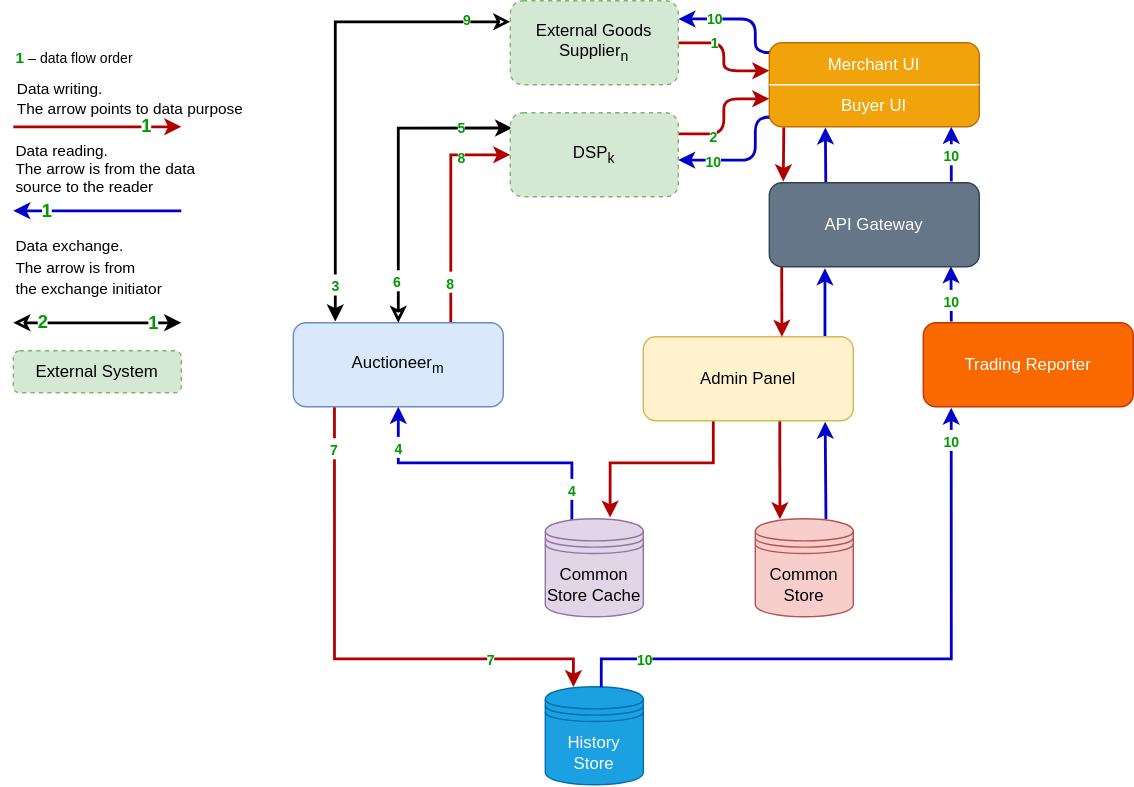
Above: doc/architecture.svg in RTB-Project/Auctioneer (draw.io), before the change. Source tidied: cells renumbered, new cells last; positions are measured from the earlier drawing's top-left corner, leaving out a move shared by most shapes.
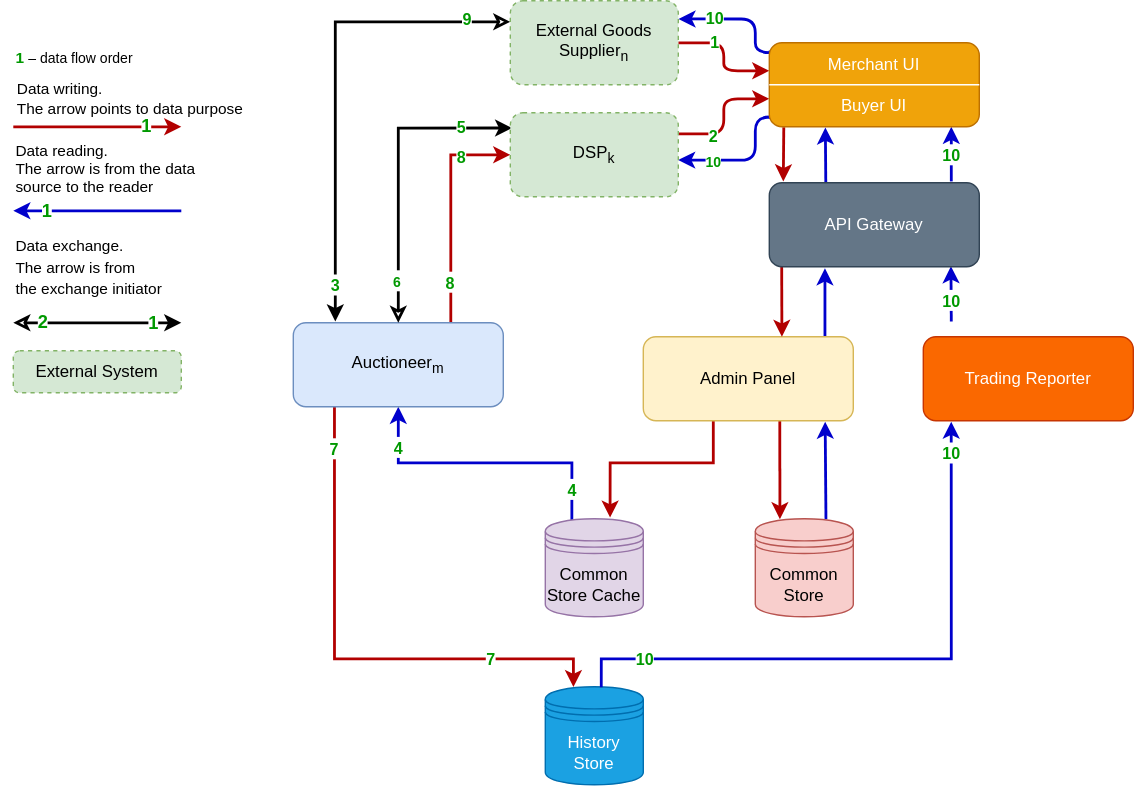
The same file after the commit.

The edit, as a diff of the source:
```diff
@@ -10,10 +10,10 @@
         </Array>
       </mxGeometry>
     </mxCell>
-    <mxCell id="3" value="&lt;b&gt;&lt;font style=&quot;font-size: 10px&quot;&gt;7&lt;/font&gt;&lt;/b&gt;" style="edgeLabel;html=1;align=center;verticalAlign=middle;fontSize=13;fontColor=#009900;" parent="2" vertex="1">
+    <mxCell id="3" value="&lt;b&gt;&lt;font style=&quot;font-size: 11.5px&quot;&gt;7&lt;/font&gt;&lt;/b&gt;" style="edgeLabel;html=1;align=center;verticalAlign=middle;fontSize=13;fontColor=#009900;" parent="2" vertex="1">
       <mxGeometry x="-0.84" y="-1" relative="1" as="geometry" />
     </mxCell>
-    <mxCell id="4" value="&lt;b&gt;&lt;font style=&quot;font-size: 10px&quot;&gt;7&lt;/font&gt;&lt;/b&gt;" style="edgeLabel;html=1;align=center;verticalAlign=middle;fontSize=13;fontColor=#009900;" parent="2" vertex="1">
+    <mxCell id="4" value="&lt;b&gt;&lt;font style=&quot;font-size: 11.5px&quot;&gt;7&lt;/font&gt;&lt;/b&gt;" style="edgeLabel;html=1;align=center;verticalAlign=middle;fontSize=13;fontColor=#009900;" parent="2" vertex="1">
       <mxGeometry x="0.57" y="-1" relative="1" as="geometry">
         <mxPoint y="-1" as="offset" />
       </mxGeometry>
@@ -21,21 +21,21 @@
     <mxCell id="5" style="edgeStyle=orthogonalEdgeStyle;rounded=0;jettySize=auto;html=1;entryX=0.271;entryY=0.012;entryDx=0;entryDy=0;entryPerimeter=0;startArrow=classic;startFill=1;endArrow=none;endFill=0;strokeWidth=2;fontSize=11;fontColor=#000000;strokeColor=#0000CC;labelBackgroundColor=none;exitX=0.5;exitY=1;exitDx=0;exitDy=0;" parent="1" edge="1" source="14" target="21">
       <mxGeometry relative="1" as="geometry" />
     </mxCell>
-    <mxCell id="6" value="&lt;b&gt;&lt;font style=&quot;font-size: 10px&quot;&gt;4&lt;/font&gt;&lt;/b&gt;" style="edgeLabel;html=1;align=center;verticalAlign=middle;fontSize=13;fontColor=#009900;" parent="5" vertex="1">
+    <mxCell id="6" value="&lt;b&gt;&lt;font style=&quot;font-size: 11.5px&quot;&gt;4&lt;/font&gt;&lt;/b&gt;" style="edgeLabel;html=1;align=center;verticalAlign=middle;fontSize=13;fontColor=#009900;" parent="5" vertex="1">
       <mxGeometry x="0.78" relative="1" as="geometry" />
     </mxCell>
-    <mxCell id="7" value="&lt;b&gt;&lt;font style=&quot;font-size: 10px&quot;&gt;4&lt;/font&gt;&lt;/b&gt;" style="edgeLabel;html=1;align=center;verticalAlign=middle;fontSize=13;fontColor=#009900;" parent="5" vertex="1">
+    <mxCell id="7" value="&lt;b&gt;&lt;font style=&quot;font-size: 11.5px&quot;&gt;4&lt;/font&gt;&lt;/b&gt;" style="edgeLabel;html=1;align=center;verticalAlign=middle;fontSize=13;fontColor=#009900;" parent="5" vertex="1">
       <mxGeometry x="-0.72" relative="1" as="geometry" />
     </mxCell>
     <mxCell id="8" style="edgeStyle=orthogonalEdgeStyle;rounded=0;jettySize=auto;html=1;entryX=0;entryY=0.5;entryDx=0;entryDy=0;startArrow=none;startFill=0;endArrow=classic;endFill=1;strokeWidth=2;fontSize=11;fontColor=#000000;exitX=0.75;exitY=0;exitDx=0;exitDy=0;strokeColor=#B20000;fillColor=#e51400;labelBackgroundColor=none;" parent="1" edge="1" source="14" target="29">
       <mxGeometry relative="1" as="geometry" />
     </mxCell>
-    <mxCell id="9" value="&lt;b&gt;&lt;font style=&quot;font-size: 10px&quot;&gt;8&lt;/font&gt;&lt;/b&gt;" style="edgeLabel;html=1;align=center;verticalAlign=middle;fontSize=13;fontColor=#009900;" parent="8" vertex="1">
+    <mxCell id="9" value="&lt;b&gt;&lt;font style=&quot;font-size: 11.5px&quot;&gt;8&lt;/font&gt;&lt;/b&gt;" style="edgeLabel;html=1;align=center;verticalAlign=middle;fontSize=13;fontColor=#009900;" parent="8" vertex="1">
       <mxGeometry x="0.02" relative="1" as="geometry">
         <mxPoint x="7.5" y="-37.1" as="offset" />
       </mxGeometry>
     </mxCell>
-    <mxCell id="10" value="&lt;b&gt;&lt;font style=&quot;font-size: 10px&quot;&gt;8&lt;/font&gt;&lt;/b&gt;" style="edgeLabel;html=1;align=center;verticalAlign=middle;fontSize=13;fontColor=#009900;" parent="8" vertex="1">
+    <mxCell id="10" value="&lt;b&gt;&lt;font style=&quot;font-size: 11.5px&quot;&gt;8&lt;/font&gt;&lt;/b&gt;" style="edgeLabel;html=1;align=center;verticalAlign=middle;fontSize=13;fontColor=#009900;" parent="8" vertex="1">
       <mxGeometry x="-0.64" y="1" relative="1" as="geometry" />
     </mxCell>
     <mxCell id="11" style="edgeStyle=orthogonalEdgeStyle;rounded=0;jettySize=auto;html=1;startArrow=classic;startFill=1;startSize=6;endArrow=classic;endFill=0;endSize=6;strokeWidth=2;fontSize=13;fontColor=#009900;entryX=0;entryY=0.25;entryDx=0;entryDy=0;" parent="1" edge="1" target="34">
@@ -46,12 +46,12 @@
         </Array>
       </mxGeometry>
     </mxCell>
-    <mxCell id="12" value="&lt;b&gt;&lt;font style=&quot;font-size: 10px&quot;&gt;3&lt;/font&gt;&lt;/b&gt;" style="edgeLabel;html=1;align=center;verticalAlign=middle;fontSize=13;fontColor=#009900;" parent="11" vertex="1">
+    <mxCell id="12" value="&lt;b&gt;&lt;font style=&quot;font-size: 11.5px&quot;&gt;3&lt;/font&gt;&lt;/b&gt;" style="edgeLabel;html=1;align=center;verticalAlign=middle;fontSize=13;fontColor=#009900;" parent="11" vertex="1">
       <mxGeometry x="-0.49" relative="1" as="geometry">
         <mxPoint y="60" as="offset" />
       </mxGeometry>
     </mxCell>
-    <mxCell id="13" value="&lt;b&gt;&lt;font style=&quot;font-size: 10px&quot;&gt;9&lt;/font&gt;&lt;/b&gt;" style="edgeLabel;html=1;align=center;verticalAlign=middle;fontSize=10;fontColor=#009900;" parent="11" vertex="1">
+    <mxCell id="13" value="&lt;b&gt;&lt;font style=&quot;font-size: 11.5px&quot;&gt;9&lt;/font&gt;&lt;/b&gt;" style="edgeLabel;html=1;align=center;verticalAlign=middle;fontSize=10;fontColor=#009900;" parent="11" vertex="1">
       <mxGeometry x="0.81" y="1" relative="1" as="geometry" />
     </mxCell>
     <mxCell id="14" value="Auctioneer&lt;sub&gt;m&lt;/sub&gt;" style="rounded=1;whiteSpace=wrap;html=1;fillColor=#dae8fc;strokeColor=#6c8ebf;labelBackgroundColor=none;" parent="1" vertex="1">
@@ -89,7 +89,7 @@
     <mxCell id="22" style="edgeStyle=orthogonalEdgeStyle;rounded=0;jettySize=auto;html=1;entryX=0.5;entryY=0;entryDx=0;entryDy=0;startArrow=classic;startFill=1;endArrow=classic;endFill=0;strokeWidth=2;labelBackgroundColor=#ffffff;exitX=0.011;exitY=0.181;exitDx=0;exitDy=0;exitPerimeter=0;startSize=6;endSize=6;fontSize=13;fontColor=#009900;" parent="1" edge="1" source="29" target="14">
       <mxGeometry relative="1" as="geometry" />
     </mxCell>
-    <mxCell id="23" value="&lt;b&gt;&lt;font style=&quot;font-size: 10px&quot;&gt;5&lt;/font&gt;&lt;/b&gt;" style="edgeLabel;html=1;align=center;verticalAlign=middle;fontSize=13;fontColor=#009900;" parent="22" vertex="1">
+    <mxCell id="23" value="&lt;b&gt;&lt;font style=&quot;font-size: 11.5px&quot;&gt;5&lt;/font&gt;&lt;/b&gt;" style="edgeLabel;html=1;align=center;verticalAlign=middle;fontSize=13;fontColor=#009900;" parent="22" vertex="1">
       <mxGeometry x="0.25" relative="1" as="geometry">
         <mxPoint x="45" y="-57.3" as="offset" />
       </mxGeometry>
@@ -100,7 +100,7 @@
     <mxCell id="25" style="rounded=1;jettySize=auto;html=1;endArrow=classic;strokeColor=#B20000;strokeWidth=2;fillColor=#e51400;labelBackgroundColor=none;entryX=0;entryY=0.667;entryDx=0;entryDy=0;entryPerimeter=0;edgeStyle=orthogonalEdgeStyle;exitX=1;exitY=0.25;exitDx=0;exitDy=0;" parent="1" edge="1" source="29" target="55">
       <mxGeometry relative="1" as="geometry" />
     </mxCell>
-    <mxCell id="26" value="&lt;font style=&quot;font-size: 10px&quot;&gt;2&lt;/font&gt;" style="edgeLabel;html=1;align=center;verticalAlign=middle;fontColor=#009900;fontStyle=1;fontSize=13;" parent="25" vertex="1">
+    <mxCell id="26" value="&lt;font style=&quot;font-size: 11.5px&quot;&gt;2&lt;/font&gt;" style="edgeLabel;html=1;align=center;verticalAlign=middle;fontColor=#009900;fontStyle=1;fontSize=13;" parent="25" vertex="1">
       <mxGeometry x="-0.7" y="-1" relative="1" as="geometry">
         <mxPoint x="11.3" as="offset" />
       </mxGeometry>
@@ -125,7 +125,7 @@
     <mxCell id="30" style="edgeStyle=orthogonalEdgeStyle;rounded=1;jettySize=auto;html=1;entryX=0;entryY=0.333;entryDx=0;entryDy=0;entryPerimeter=0;endArrow=classic;strokeColor=#B20000;strokeWidth=2;fillColor=#e51400;labelBackgroundColor=none;" parent="1" edge="1" source="34" target="55">
       <mxGeometry relative="1" as="geometry" />
     </mxCell>
-    <mxCell id="31" value="&lt;b&gt;&lt;font style=&quot;font-size: 10px&quot;&gt;1&lt;/font&gt;&lt;/b&gt;" style="edgeLabel;html=1;align=center;verticalAlign=middle;fontColor=#009900;" parent="30" vertex="1">
+    <mxCell id="31" value="&lt;b&gt;&lt;font style=&quot;font-size: 11.5px&quot;&gt;1&lt;/font&gt;&lt;/b&gt;" style="edgeLabel;html=1;align=center;verticalAlign=middle;fontColor=#009900;" parent="30" vertex="1">
       <mxGeometry x="0.25" y="4" relative="1" as="geometry">
         <mxPoint x="-7.9" y="-16" as="offset" />
       </mxGeometry>
@@ -139,7 +139,7 @@
         </Array>
       </mxGeometry>
     </mxCell>
-    <mxCell id="33" value="&lt;b&gt;&lt;font style=&quot;font-size: 10px&quot;&gt;10&lt;/font&gt;&lt;/b&gt;" style="edgeLabel;html=1;align=center;verticalAlign=middle;fontSize=13;fontColor=#009900;" parent="32" vertex="1">
+    <mxCell id="33" value="&lt;b&gt;&lt;font style=&quot;font-size: 11.5px&quot;&gt;10&lt;/font&gt;&lt;/b&gt;" style="edgeLabel;html=1;align=center;verticalAlign=middle;fontSize=13;fontColor=#009900;" parent="32" vertex="1">
       <mxGeometry x="-0.32" y="1" relative="1" as="geometry">
         <mxPoint x="-12.3" as="offset" />
       </mxGeometry>
@@ -213,16 +213,16 @@
         </Array>
       </mxGeometry>
     </mxCell>
-    <mxCell id="49" value="&lt;b&gt;&lt;font style=&quot;font-size: 10px&quot;&gt;10&lt;/font&gt;&lt;/b&gt;" style="edgeLabel;html=1;align=center;verticalAlign=middle;fontSize=13;fontColor=#009900;" parent="48" vertex="1">
+    <mxCell id="49" value="&lt;b&gt;&lt;font style=&quot;font-size: 11.5px&quot;&gt;10&lt;/font&gt;&lt;/b&gt;" style="edgeLabel;html=1;align=center;verticalAlign=middle;fontSize=13;fontColor=#009900;" parent="48" vertex="1">
       <mxGeometry x="0.77" y="-2" relative="1" as="geometry">
         <mxPoint y="2" as="offset" />
       </mxGeometry>
     </mxCell>
-    <mxCell id="50" value="&lt;b&gt;&lt;font style=&quot;font-size: 10px&quot;&gt;10&lt;/font&gt;&lt;/b&gt;" style="edgeLabel;html=1;align=center;verticalAlign=middle;fontSize=13;fontColor=#009900;" parent="48" vertex="1">
+    <mxCell id="50" value="&lt;b&gt;&lt;font style=&quot;font-size: 11.5px&quot;&gt;10&lt;/font&gt;&lt;/b&gt;" style="edgeLabel;html=1;align=center;verticalAlign=middle;fontSize=13;fontColor=#009900;" parent="48" vertex="1">
       <mxGeometry x="-0.9" relative="1" as="geometry" />
     </mxCell>
     <mxCell id="51" value="Trading Reporter" style="rounded=1;whiteSpace=wrap;html=1;fillColor=#fa6800;strokeColor=#C73500;fontColor=#ffffff;labelBackgroundColor=none;" parent="1" vertex="1">
-      <mxGeometry x="650" y="230" width="150" height="60" as="geometry" />
+      <mxGeometry x="650" y="240" width="150" height="60" as="geometry" />
     </mxCell>
     <mxCell id="52" style="rounded=1;jettySize=auto;html=1;endArrow=classic;strokeWidth=2;strokeColor=#B20000;fillColor=#e51400;labelBackgroundColor=none;exitX=0.069;exitY=1.006;exitDx=0;exitDy=0;exitPerimeter=0;" parent="1" edge="1" source="55">
       <mxGeometry relative="1" as="geometry">
@@ -235,7 +235,7 @@
         <mxPoint x="670" y="129" as="targetPoint" />
       </mxGeometry>
     </mxCell>
-    <mxCell id="54" value="&lt;b&gt;&lt;font style=&quot;font-size: 10px&quot;&gt;10&lt;/font&gt;&lt;/b&gt;" style="edgeLabel;html=1;align=center;verticalAlign=middle;fontSize=13;fontColor=#009900;" parent="53" vertex="1">
+    <mxCell id="54" value="&lt;b&gt;&lt;font style=&quot;font-size: 11.5px&quot;&gt;10&lt;/font&gt;&lt;/b&gt;" style="edgeLabel;html=1;align=center;verticalAlign=middle;fontSize=13;fontColor=#009900;" parent="53" vertex="1">
       <mxGeometry x="0.3" relative="1" as="geometry">
         <mxPoint y="-5.3" as="offset" />
       </mxGeometry>
@@ -254,7 +254,7 @@
         <mxPoint x="670" y="229" as="targetPoint" />
       </mxGeometry>
     </mxCell>
-    <mxCell id="59" value="&lt;b&gt;&lt;font style=&quot;font-size: 10px&quot;&gt;10&lt;/font&gt;&lt;/b&gt;" style="edgeLabel;html=1;align=center;verticalAlign=middle;fontSize=13;fontColor=#009900;" parent="58" vertex="1">
+    <mxCell id="59" value="&lt;b&gt;&lt;font style=&quot;font-size: 11.5px&quot;&gt;10&lt;/font&gt;&lt;/b&gt;" style="edgeLabel;html=1;align=center;verticalAlign=middle;fontSize=13;fontColor=#009900;" parent="58" vertex="1">
       <mxGeometry x="0.22" relative="1" as="geometry" />
     </mxCell>
     <mxCell id="60" style="edgeStyle=orthogonalEdgeStyle;rounded=0;jettySize=auto;html=1;startArrow=none;startFill=0;endArrow=classic;endFill=1;strokeWidth=2;fontSize=11;fontColor=#000000;exitX=0.269;exitY=0;exitDx=0;exitDy=0;exitPerimeter=0;strokeColor=#0000CC;labelBackgroundColor=none;entryX=0.267;entryY=1.008;entryDx=0;entryDy=0;entryPerimeter=0;" parent="1" edge="1" source="61" target="55">
```
